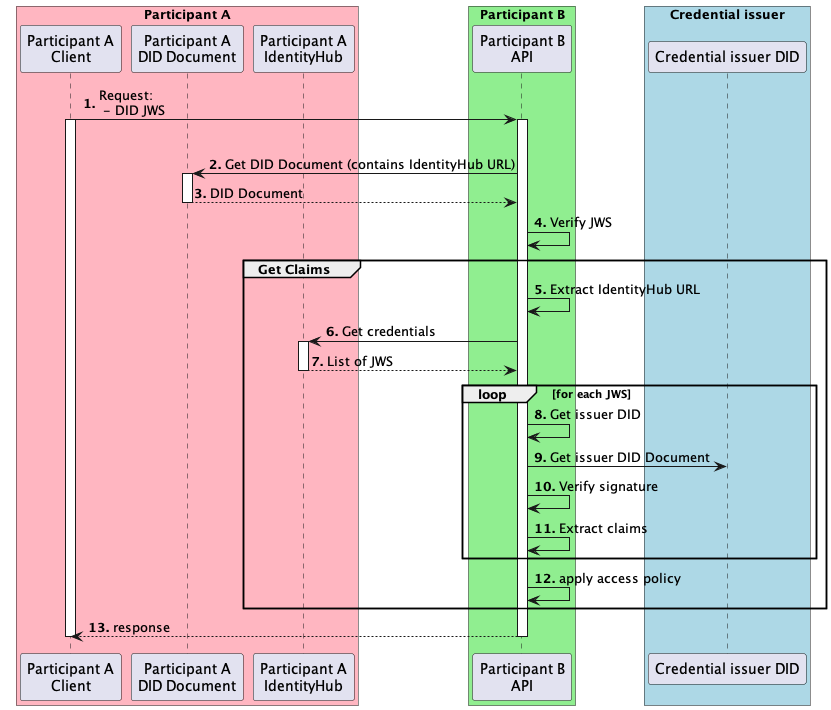
Before: docs/developer/decision-records/2022-07-01-get-claims/apply-policies-flow.png, a diagram exported from PlantUML (agera-edc/IdentityHub).
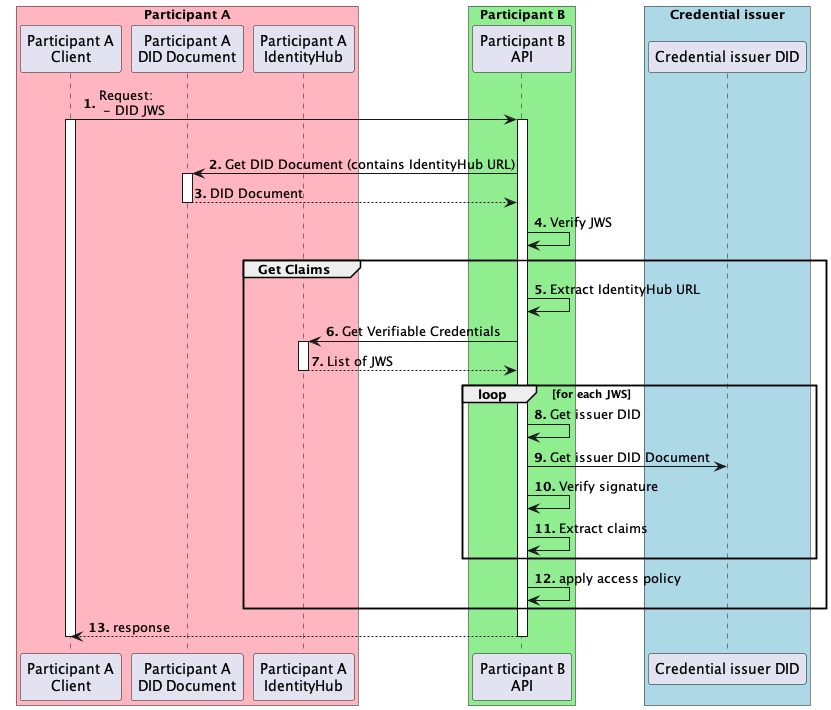
Later version of the same file.

Commit message:
Applied comment.

The edit, as a diff of the source:
```diff
@@ -19,7 +19,7 @@
   B -> B: Verify JWS
   group Get Claims
   B -> B: Extract IdentityHub URL
-  B -> IDHUB ++: Get credentials
+  B -> IDHUB ++: Get Verifiable Credentials
   return List of JWS
   loop for each JWS
   B -> B: Get issuer DID
```
